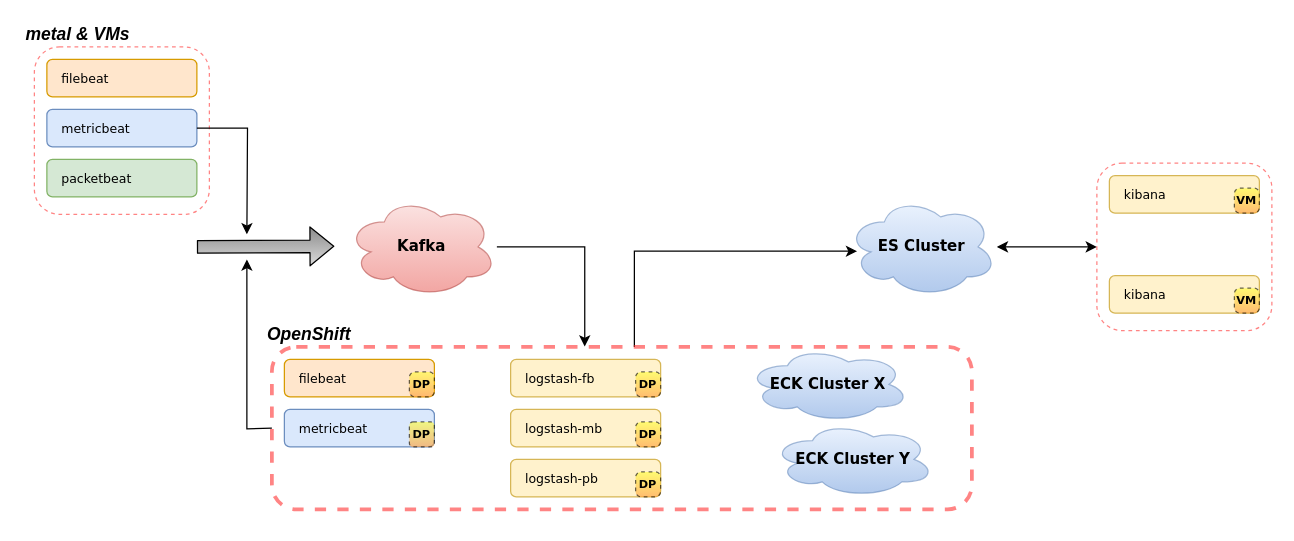
Earlier version of the draw.io diagram architecture/belk_kafka_k8s_w_logstash_w_beats_w_eck.drawio (slmingol/diagram_assets). Source tidied: cells renumbered, new cells numbered last; positions are measured from the earlier drawing's top-left corner, leaving out a move shared by most shapes. Both pictures are drawn from the tidied source at 125%, with x=0, y=0 at pixel (21, 21).
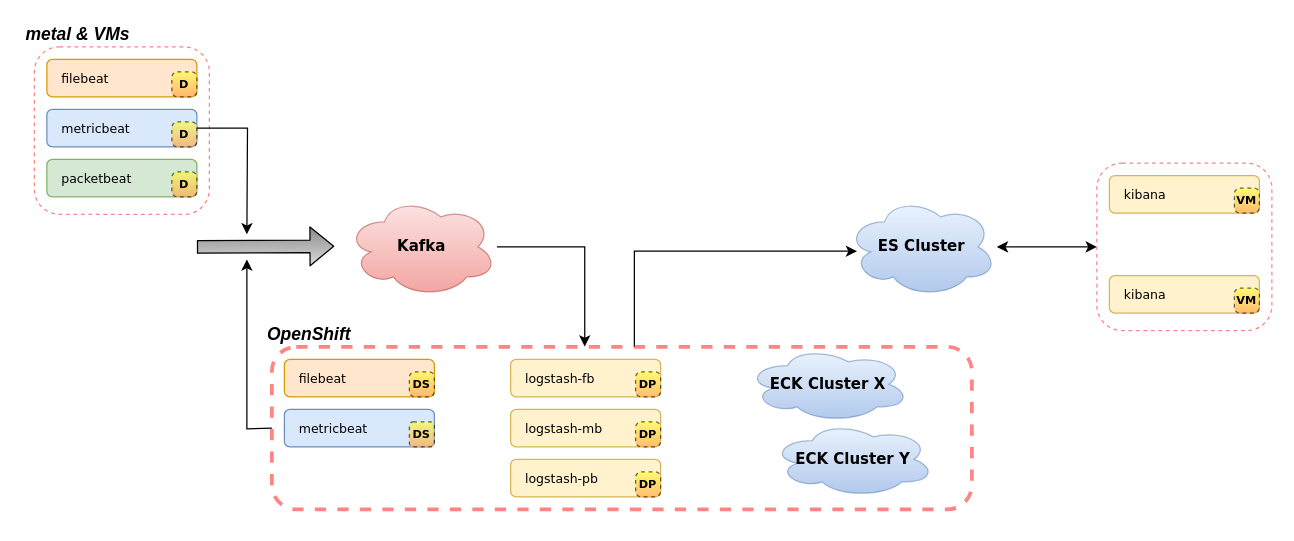
The same diagram, later.

The change refers to these unchanged cells:
```xml
<mxCell id="4" style="group;" parent="1" vertex="1">
  <mxGeometry x="10" y="20" width="140" height="134" as="geometry" />
</mxCell>
<mxCell id="24" style="group;" parent="1" vertex="1">
  <mxGeometry x="200" y="260" width="560" height="130" as="geometry" />
</mxCell>
```

Change to the diagram source:
```diff
@@
+    <mxCell id="39" value="D" style="rounded=1;whiteSpace=wrap;html=1;fontSize=9;fontStyle=1;gradientColor=#FF9933;fillColor=#FFFF33;fontFamily=Verdana;dashed=1;opacity=60;arcSize=22;" parent="4" vertex="1">
+      <mxGeometry x="110" y="20" width="20" height="20" as="geometry" />
+    </mxCell>
+    <mxCell id="40" value="D" style="rounded=1;whiteSpace=wrap;html=1;fontSize=9;fontStyle=1;gradientColor=#FF9933;fillColor=#FFFF33;fontFamily=Verdana;dashed=1;opacity=60;arcSize=22;" parent="4" vertex="1">
+      <mxGeometry x="110" y="60" width="20" height="20" as="geometry" />
+    </mxCell>
+    <mxCell id="41" value="D" style="rounded=1;whiteSpace=wrap;html=1;fontSize=9;fontStyle=1;gradientColor=#FF9933;fillColor=#FFFF33;fontFamily=Verdana;dashed=1;opacity=60;arcSize=22;" parent="4" vertex="1">
+      <mxGeometry x="110" y="100" width="20" height="20" as="geometry" />
+    </mxCell>
@@
-    <mxCell id="28" value="DP" style="rounded=1;whiteSpace=wrap;html=1;fontSize=9;fontStyle=1;gradientColor=#FF9933;fillColor=#FFFF33;fontFamily=Verdana;dashed=1;opacity=60;arcSize=22;" parent="24" vertex="1">
+    <mxCell id="28" value="DS" style="rounded=1;whiteSpace=wrap;html=1;fontSize=9;fontStyle=1;gradientColor=#FF9933;fillColor=#FFFF33;fontFamily=Verdana;dashed=1;opacity=60;arcSize=22;" parent="24" vertex="1">
       <mxGeometry x="110" y="20" width="20" height="20" as="geometry" />
     </mxCell>
-    <mxCell id="29" value="DP" style="rounded=1;whiteSpace=wrap;html=1;fontSize=9;fontStyle=1;gradientColor=#FF9933;fillColor=#FFFF33;fontFamily=Verdana;dashed=1;opacity=60;" parent="24" vertex="1">
+    <mxCell id="29" value="DS" style="rounded=1;whiteSpace=wrap;html=1;fontSize=9;fontStyle=1;gradientColor=#FF9933;fillColor=#FFFF33;fontFamily=Verdana;dashed=1;opacity=60;" parent="24" vertex="1">
       <mxGeometry x="110" y="60" width="20" height="20" as="geometry" />
     </mxCell>
```
